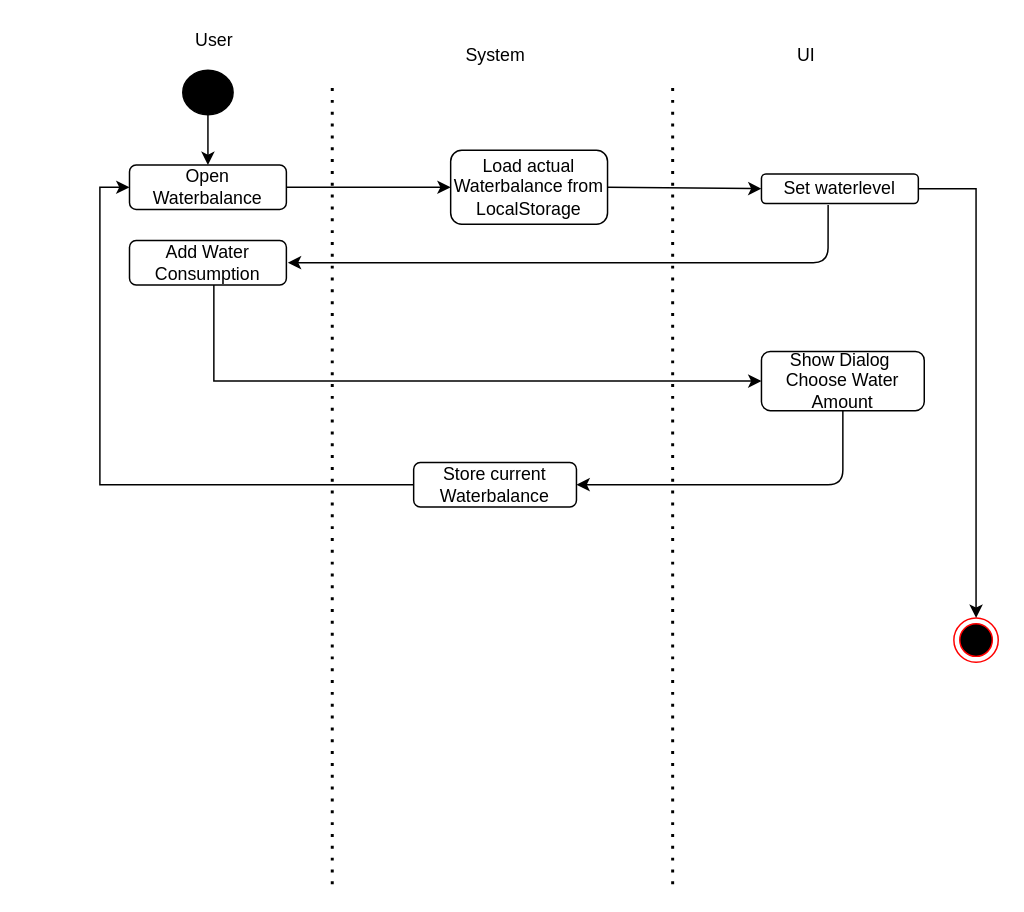
The draw.io diagram embedded-files/Water_Management.drawio in JanPfenning/Mood4Food_Doc, before the edit. Source tidied: cells renumbered, new cells numbered last; positions are measured from the earlier drawing's top-left corner, leaving out a move shared by most shapes. Both pictures are drawn from the tidied source at 148%, with x=0, y=0 at pixel (129, 25).
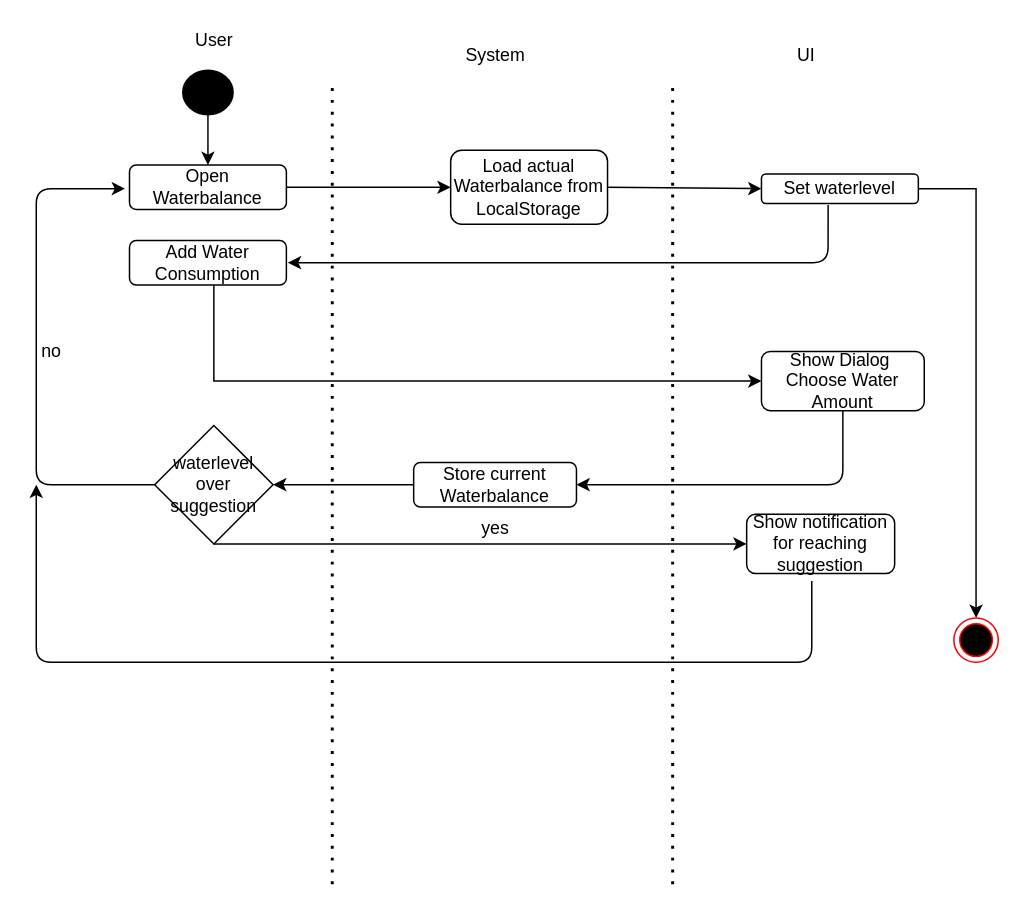
Above is the later version.

Unchanged cells that the change refers to:
```xml
<mxCell id="9" value="Open Waterbalance" style="rounded=1;whiteSpace=wrap;html=1;" parent="1" vertex="1">
  <mxGeometry y="94" width="106" height="30" as="geometry" />
</mxCell>
<mxCell id="14" value="Store current Waterbalance" style="rounded=1;whiteSpace=wrap;html=1;" parent="1" vertex="1">
  <mxGeometry x="192" y="295" width="110" height="30" as="geometry" />
</mxCell>
```

The edit, as a diff of the source:
```diff
@@
-    <mxCell id="13" style="edgeStyle=orthogonalEdgeStyle;rounded=0;jettySize=auto;html=1;entryX=0;entryY=0.5;entryDx=0;entryDy=0;" parent="1" edge="1" source="14" target="9">
-      <mxGeometry relative="1" as="geometry" />
-    </mxCell>
@@
+    <mxCell id="23" value="waterlevel over suggestion" style="rhombus;whiteSpace=wrap;html=1;" parent="1" vertex="1">
+      <mxGeometry x="17" y="270" width="80" height="80" as="geometry" />
+    </mxCell>
+    <mxCell id="24" style="endArrow=classic;html=1;entryX=1;entryY=0.5;entryDx=0;entryDy=0;exitX=0;exitY=0.5;exitDx=0;exitDy=0;" parent="1" edge="1" source="14" target="23">
+      <mxGeometry relative="1" as="geometry" />
+    </mxCell>
+    <mxCell id="25" style="endArrow=classic;html=1;exitX=0;exitY=0.5;exitDx=0;exitDy=0;" parent="1" edge="1" source="23">
+      <mxGeometry relative="1" as="geometry">
+        <mxPoint x="-3" y="110" as="targetPoint" />
+        <Array as="points">
+          <mxPoint x="-63" y="310" />
+          <mxPoint x="-63" y="110" />
+        </Array>
+      </mxGeometry>
+    </mxCell>
+    <mxCell id="26" value="no" style="text;html=1;align=center;verticalAlign=middle;" parent="1" vertex="1">
+      <mxGeometry x="-68" y="210" width="30" height="20" as="geometry" />
+    </mxCell>
+    <mxCell id="27" style="endArrow=classic;html=1;exitX=0.5;exitY=1;exitDx=0;exitDy=0;" parent="1" edge="1" source="23">
+      <mxGeometry relative="1" as="geometry">
+        <mxPoint x="417" y="350" as="targetPoint" />
+      </mxGeometry>
+    </mxCell>
+    <mxCell id="28" value="Show notification for reaching suggestion" style="rounded=1;whiteSpace=wrap;html=1;" parent="1" vertex="1">
+      <mxGeometry x="417" y="330" width="100" height="40" as="geometry" />
+    </mxCell>
+    <mxCell id="29" style="endArrow=classic;html=1;exitX=0.44;exitY=1.125;exitDx=0;exitDy=0;exitPerimeter=0;" parent="1" edge="1" source="28">
+      <mxGeometry relative="1" as="geometry">
+        <mxPoint x="-63" y="310" as="targetPoint" />
+        <Array as="points">
+          <mxPoint x="461" y="430" />
+          <mxPoint x="-63" y="430" />
+        </Array>
+      </mxGeometry>
+    </mxCell>
+    <mxCell id="30" value="yes" style="text;html=1;align=center;verticalAlign=middle;" parent="1" vertex="1">
+      <mxGeometry x="232" y="330" width="30" height="20" as="geometry" />
+    </mxCell>
```
